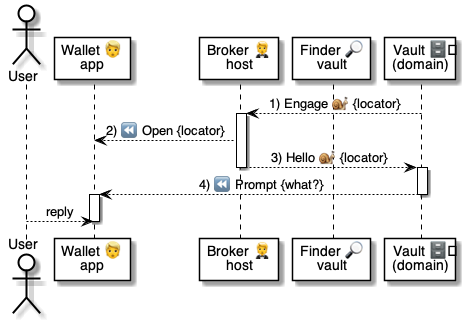
This is 5 ⏩ Flows/80 🗄️⏩ Vaults/.📎 Assets/⚙️🧑‍🦰 Engage.png from pollyweb-org/pollyweb-docs, a PlantUML export, as it was before one commit. Its source is kept beside it as 5 ⏩ Flows/80 🗄️⏩ Vaults/.📎 Assets/⚙️🧑‍🦰 Engage.puml.
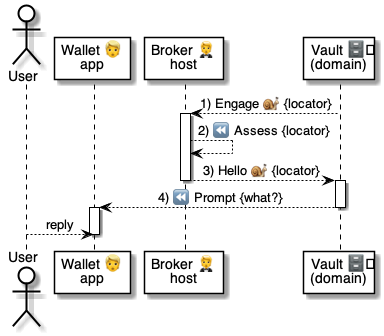
The same file after the commit.

Change to the diagram source:
```diff
@@ -3,14 +3,13 @@
 actor User as user
 participant "Wallet 👱\napp" as wallet
 participant "Broker 🤵\nhost" as broker
-participant "Finder 🔎\nvault" as finder
 participant "Vault 🗄️\n(domain)" as vault
 
 vault --> broker: 1) Engage 🐌 {locator}
 
 activate broker
 
-broker --> wallet: 2) ⏪ Open {locator}
+broker --> broker: 2) ⏪ Assess {locator}
 broker --> vault: 3) Hello 🐌 {locator}
 deactivate broker
 
```
